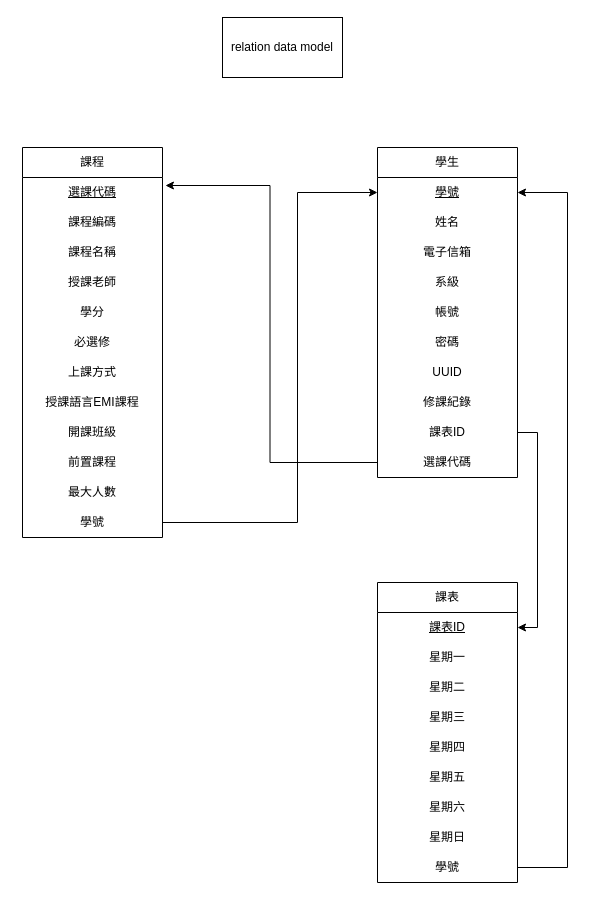
Above: DB Schema 設計/relation data model.drawio in SparrowTen/FCU_CourseSearch (draw.io), before the change. Source tidied: cells renumbered, new cells numbered last; positions are measured from the earlier drawing's top-left corner, leaving out a move shared by most shapes. Both pictures are drawn from the tidied source at 100%, with x=0, y=0 at pixel (22, 17).
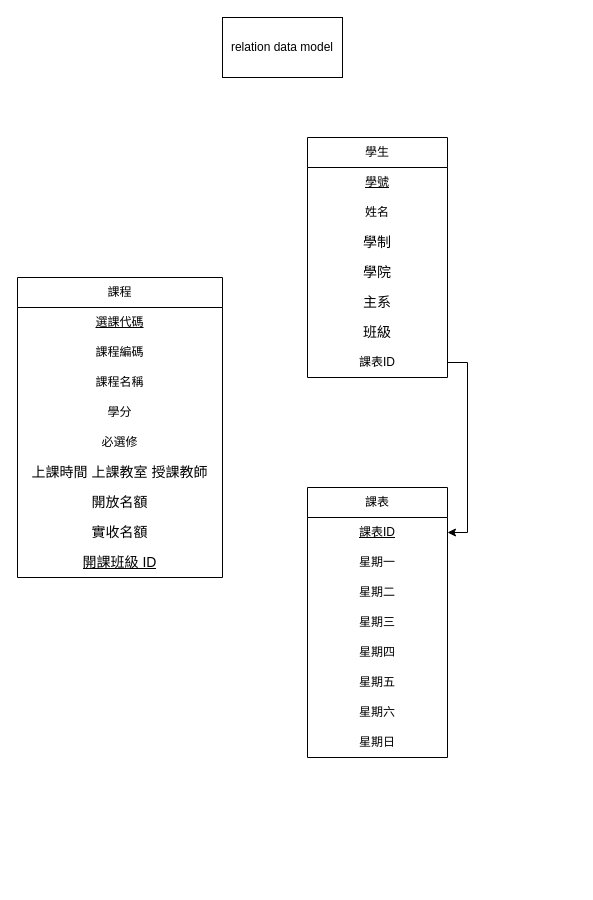
After the change.

The change refers to these unchanged cells:
```xml
<mxCell id="17" value="學號" style="text;strokeColor=none;fillColor=none;align=center;verticalAlign=middle;spacingLeft=4;spacingRight=4;overflow=hidden;points=[[0,0.5],[1,0.5]];portConstraint=eastwest;whiteSpace=wrap;html=1;fontStyle=4;" parent="16" vertex="1">
  <mxGeometry y="30" width="140" height="30" as="geometry" />
</mxCell>
```

Change to the diagram source:
```diff
@@
     <mxCell id="3" value="課程" style="swimlane;fontStyle=0;horizontal=1;startSize=30;whiteSpace=wrap;html=1;" parent="1" vertex="1">
-      <mxGeometry y="130" width="140" height="390" as="geometry" />
+      <mxGeometry x="-5" y="260" width="205" height="300" as="geometry" />
     </mxCell>
     <mxCell id="4" value="選課代碼" style="text;strokeColor=none;fillColor=none;align=center;verticalAlign=middle;spacingLeft=4;spacingRight=4;overflow=hidden;points=[[0,0.5],[1,0.5]];portConstraint=eastwest;whiteSpace=wrap;html=1;fontStyle=4;" parent="3" vertex="1">
-      <mxGeometry y="30" width="140" height="30" as="geometry" />
+      <mxGeometry y="30" width="205" height="30" as="geometry" />
     </mxCell>
     <mxCell id="5" value="課程編碼" style="text;strokeColor=none;fillColor=none;align=center;verticalAlign=middle;spacingLeft=4;spacingRight=4;overflow=hidden;whiteSpace=wrap;html=1;" parent="3" vertex="1">
-      <mxGeometry y="60" width="140" height="30" as="geometry" />
+      <mxGeometry y="60" width="205" height="30" as="geometry" />
     </mxCell>
     <mxCell id="6" value="課程名稱" style="text;strokeColor=none;fillColor=none;align=center;verticalAlign=middle;spacingLeft=4;spacingRight=4;overflow=hidden;whiteSpace=wrap;html=1;" parent="3" vertex="1">
-      <mxGeometry y="90" width="140" height="30" as="geometry" />
+      <mxGeometry y="90" width="205" height="30" as="geometry" />
     </mxCell>
-    <mxCell id="7" value="授課老師" style="text;strokeColor=none;fillColor=none;align=center;verticalAlign=middle;spacingLeft=4;spacingRight=4;overflow=hidden;whiteSpace=wrap;html=1;" parent="3" vertex="1">
-      <mxGeometry y="120" width="140" height="30" as="geometry" />
-    </mxCell>
     <mxCell id="8" value="學分" style="text;strokeColor=none;fillColor=none;align=center;verticalAlign=middle;spacingLeft=4;spacingRight=4;overflow=hidden;whiteSpace=wrap;html=1;" parent="3" vertex="1">
-      <mxGeometry y="150" width="140" height="30" as="geometry" />
+      <mxGeometry y="120" width="205" height="30" as="geometry" />
     </mxCell>
     <mxCell id="9" value="必選修" style="text;strokeColor=none;fillColor=none;align=center;verticalAlign=middle;spacingLeft=4;spacingRight=4;overflow=hidden;whiteSpace=wrap;html=1;" parent="3" vertex="1">
-      <mxGeometry y="180" width="140" height="30" as="geometry" />
+      <mxGeometry y="150" width="205" height="30" as="geometry" />
     </mxCell>
-    <mxCell id="10" value="上課方式" style="text;strokeColor=none;fillColor=none;align=center;verticalAlign=middle;spacingLeft=4;spacingRight=4;overflow=hidden;whiteSpace=wrap;html=1;" parent="3" vertex="1">
-      <mxGeometry y="210" width="140" height="30" as="geometry" />
-    </mxCell>
-    <mxCell id="11" value="授課語言EMI課程" style="text;strokeColor=none;fillColor=none;align=center;verticalAlign=middle;spacingLeft=4;spacingRight=4;overflow=hidden;whiteSpace=wrap;html=1;" parent="3" vertex="1">
-      <mxGeometry y="240" width="140" height="30" as="geometry" />
-    </mxCell>
-    <mxCell id="12" value="開課班級" style="text;strokeColor=none;fillColor=none;align=center;verticalAlign=middle;spacingLeft=4;spacingRight=4;overflow=hidden;whiteSpace=wrap;html=1;" parent="3" vertex="1">
-      <mxGeometry y="270" width="140" height="30" as="geometry" />
-    </mxCell>
-    <mxCell id="13" value="前置課程" style="text;strokeColor=none;fillColor=none;align=center;verticalAlign=middle;spacingLeft=4;spacingRight=4;overflow=hidden;whiteSpace=wrap;html=1;" parent="3" vertex="1">
-      <mxGeometry y="300" width="140" height="30" as="geometry" />
-    </mxCell>
-    <mxCell id="14" value="最大人數" style="text;strokeColor=none;fillColor=none;align=center;verticalAlign=middle;spacingLeft=4;spacingRight=4;overflow=hidden;whiteSpace=wrap;html=1;" parent="3" vertex="1">
-      <mxGeometry y="330" width="140" height="30" as="geometry" />
-    </mxCell>
-    <mxCell id="15" value="學號" style="text;strokeColor=none;fillColor=none;align=center;verticalAlign=middle;spacingLeft=4;spacingRight=4;overflow=hidden;points=[[0,0.5],[1,0.5]];portConstraint=eastwest;whiteSpace=wrap;html=1;" parent="3" vertex="1">
-      <mxGeometry y="360" width="140" height="30" as="geometry" />
-    </mxCell>
+    <mxCell id="41" value="&lt;div style=&quot;font-size: 14px; line-height: 19px;&quot;&gt;上課時間&amp;nbsp;上課教室&amp;nbsp;授課教師&lt;/div&gt;" style="text;strokeColor=none;fillColor=none;align=center;verticalAlign=middle;spacingLeft=4;spacingRight=4;overflow=hidden;html=1;whiteSpace=wrap;labelBackgroundColor=none;fontColor=default;fontFamily=Helvetica;" parent="3" vertex="1">
+      <mxGeometry y="180" width="205" height="30" as="geometry" />
+    </mxCell>
+    <mxCell id="42" value="&lt;div style=&quot;font-size: 14px; line-height: 19px;&quot;&gt;開放名額&lt;/div&gt;" style="text;strokeColor=none;fillColor=none;align=center;verticalAlign=middle;spacingLeft=4;spacingRight=4;overflow=hidden;html=1;whiteSpace=wrap;labelBackgroundColor=none;fontColor=default;fontFamily=Helvetica;" parent="3" vertex="1">
+      <mxGeometry y="210" width="205" height="30" as="geometry" />
+    </mxCell>
+    <mxCell id="43" value="&lt;div style=&quot;font-size: 14px; line-height: 19px;&quot;&gt;實收名額&lt;/div&gt;" style="text;strokeColor=none;fillColor=none;align=center;verticalAlign=middle;spacingLeft=4;spacingRight=4;overflow=hidden;html=1;whiteSpace=wrap;labelBackgroundColor=none;fontColor=default;fontFamily=Helvetica;" parent="3" vertex="1">
+      <mxGeometry y="240" width="205" height="30" as="geometry" />
+    </mxCell>
+    <mxCell id="44" value="&lt;div style=&quot;font-size: 14px; line-height: 19px;&quot;&gt;&lt;u&gt;開課班級 ID&lt;/u&gt;&lt;/div&gt;" style="text;strokeColor=none;fillColor=none;align=center;verticalAlign=middle;spacingLeft=4;spacingRight=4;overflow=hidden;html=1;whiteSpace=wrap;labelBackgroundColor=none;fontColor=default;fontFamily=Helvetica;" parent="3" vertex="1">
+      <mxGeometry y="270" width="205" height="30" as="geometry" />
+    </mxCell>
     <mxCell id="16" value="學生" style="swimlane;fontStyle=0;horizontal=1;startSize=30;whiteSpace=wrap;html=1;" parent="1" vertex="1">
-      <mxGeometry x="355" y="130" width="140" height="330" as="geometry" />
+      <mxGeometry x="285" y="120" width="140" height="240" as="geometry" />
     </mxCell>
@@
-    <mxCell id="19" value="電子信箱" style="text;strokeColor=none;fillColor=none;align=center;verticalAlign=middle;spacingLeft=4;spacingRight=4;overflow=hidden;whiteSpace=wrap;html=1;" parent="16" vertex="1">
-      <mxGeometry y="90" width="140" height="30" as="geometry" />
-    </mxCell>
-    <mxCell id="20" value="系級" style="text;strokeColor=none;fillColor=none;align=center;verticalAlign=middle;spacingLeft=4;spacingRight=4;overflow=hidden;whiteSpace=wrap;html=1;" parent="16" vertex="1">
-      <mxGeometry y="120" width="140" height="30" as="geometry" />
-    </mxCell>
-    <mxCell id="21" value="帳號" style="text;strokeColor=none;fillColor=none;align=center;verticalAlign=middle;spacingLeft=4;spacingRight=4;overflow=hidden;whiteSpace=wrap;html=1;" parent="16" vertex="1">
-      <mxGeometry y="150" width="140" height="30" as="geometry" />
-    </mxCell>
-    <mxCell id="22" value="密碼" style="text;strokeColor=none;fillColor=none;align=center;verticalAlign=middle;spacingLeft=4;spacingRight=4;overflow=hidden;whiteSpace=wrap;html=1;" parent="16" vertex="1">
-      <mxGeometry y="180" width="140" height="30" as="geometry" />
-    </mxCell>
-    <mxCell id="23" value="UUID" style="text;strokeColor=none;fillColor=none;align=center;verticalAlign=middle;spacingLeft=4;spacingRight=4;overflow=hidden;whiteSpace=wrap;html=1;" parent="16" vertex="1">
-      <mxGeometry y="210" width="140" height="30" as="geometry" />
-    </mxCell>
-    <mxCell id="24" value="修課紀錄" style="text;strokeColor=none;fillColor=none;align=center;verticalAlign=middle;spacingLeft=4;spacingRight=4;overflow=hidden;whiteSpace=wrap;html=1;" parent="16" vertex="1">
-      <mxGeometry y="240" width="140" height="30" as="geometry" />
-    </mxCell>
+    <mxCell id="45" value="&lt;div style=&quot;font-size: 14px; line-height: 19px;&quot;&gt;學制&lt;/div&gt;" style="text;strokeColor=none;fillColor=none;align=center;verticalAlign=middle;spacingLeft=4;spacingRight=4;overflow=hidden;whiteSpace=wrap;html=1;labelBackgroundColor=none;fontColor=default;fontFamily=Helvetica;" parent="16" vertex="1">
+      <mxGeometry y="90" width="140" height="30" as="geometry" />
+    </mxCell>
+    <mxCell id="46" value="&lt;div style=&quot;font-size: 14px; line-height: 19px;&quot;&gt;學院&lt;/div&gt;" style="text;strokeColor=none;fillColor=none;align=center;verticalAlign=middle;spacingLeft=4;spacingRight=4;overflow=hidden;whiteSpace=wrap;html=1;labelBackgroundColor=none;fontColor=default;fontFamily=Helvetica;" parent="16" vertex="1">
+      <mxGeometry y="120" width="140" height="30" as="geometry" />
+    </mxCell>
+    <mxCell id="47" value="&lt;div style=&quot;font-size: 14px; line-height: 19px;&quot;&gt;主系&lt;/div&gt;" style="text;strokeColor=none;fillColor=none;align=center;verticalAlign=middle;spacingLeft=4;spacingRight=4;overflow=hidden;whiteSpace=wrap;html=1;labelBackgroundColor=none;fontColor=default;fontFamily=Helvetica;" parent="16" vertex="1">
+      <mxGeometry y="150" width="140" height="30" as="geometry" />
+    </mxCell>
+    <mxCell id="48" value="&lt;div style=&quot;font-size: 14px; line-height: 19px;&quot;&gt;班級&lt;/div&gt;" style="text;strokeColor=none;fillColor=none;align=center;verticalAlign=middle;spacingLeft=4;spacingRight=4;overflow=hidden;whiteSpace=wrap;html=1;labelBackgroundColor=none;fontColor=default;fontFamily=Helvetica;" parent="16" vertex="1">
+      <mxGeometry y="180" width="140" height="30" as="geometry" />
+    </mxCell>
     <mxCell id="25" value="課表ID" style="text;strokeColor=none;fillColor=none;align=center;verticalAlign=middle;spacingLeft=4;spacingRight=4;overflow=hidden;points=[[0,0.5],[1,0.5]];portConstraint=eastwest;whiteSpace=wrap;html=1;" parent="16" vertex="1">
-      <mxGeometry y="270" width="140" height="30" as="geometry" />
+      <mxGeometry y="210" width="140" height="30" as="geometry" />
     </mxCell>
-    <mxCell id="26" value="選課代碼" style="text;strokeColor=none;fillColor=none;align=center;verticalAlign=middle;spacingLeft=4;spacingRight=4;overflow=hidden;points=[[0,0.5],[1,0.5]];portConstraint=eastwest;whiteSpace=wrap;html=1;" parent="16" vertex="1">
-      <mxGeometry y="300" width="140" height="30" as="geometry" />
-    </mxCell>
     <mxCell id="27" value="課表" style="swimlane;fontStyle=0;horizontal=1;startSize=30;whiteSpace=wrap;html=1;" parent="1" vertex="1">
-      <mxGeometry x="355" y="565" width="140" height="300" as="geometry" />
+      <mxGeometry x="285" y="470" width="140" height="270" as="geometry" />
     </mxCell>
@@
-    <mxCell id="36" value="學號" style="text;strokeColor=none;fillColor=none;align=center;verticalAlign=middle;spacingLeft=4;spacingRight=4;overflow=hidden;points=[[0,0.5],[1,0.5]];portConstraint=eastwest;whiteSpace=wrap;html=1;" parent="27" vertex="1">
-      <mxGeometry y="270" width="140" height="30" as="geometry" />
-    </mxCell>
@@
-    <mxCell id="38" style="edgeStyle=orthogonalEdgeStyle;rounded=0;jettySize=auto;html=1;exitX=0;exitY=0.5;exitDx=0;exitDy=0;entryX=1.021;entryY=0.267;entryDx=0;entryDy=0;entryPerimeter=0;" parent="1" edge="1" source="26" target="4">
-      <mxGeometry relative="1" as="geometry" />
-    </mxCell>
-    <mxCell id="39" style="edgeStyle=orthogonalEdgeStyle;rounded=0;jettySize=auto;html=1;entryX=0;entryY=0.5;entryDx=0;entryDy=0;exitX=1;exitY=0.5;exitDx=0;exitDy=0;" parent="1" edge="1" source="15" target="17">
-      <mxGeometry relative="1" as="geometry">
-        <Array as="points">
-          <mxPoint x="275" y="505" />
-          <mxPoint x="275" y="175" />
-        </Array>
-      </mxGeometry>
-    </mxCell>
-    <mxCell id="40" style="edgeStyle=orthogonalEdgeStyle;rounded=0;jettySize=auto;html=1;exitX=1;exitY=0.5;exitDx=0;exitDy=0;entryX=1;entryY=0.5;entryDx=0;entryDy=0;" parent="1" edge="1" source="36" target="17">
-      <mxGeometry relative="1" as="geometry">
-        <Array as="points">
-          <mxPoint x="545" y="850" />
-          <mxPoint x="545" y="175" />
-        </Array>
-      </mxGeometry>
-    </mxCell>
```
